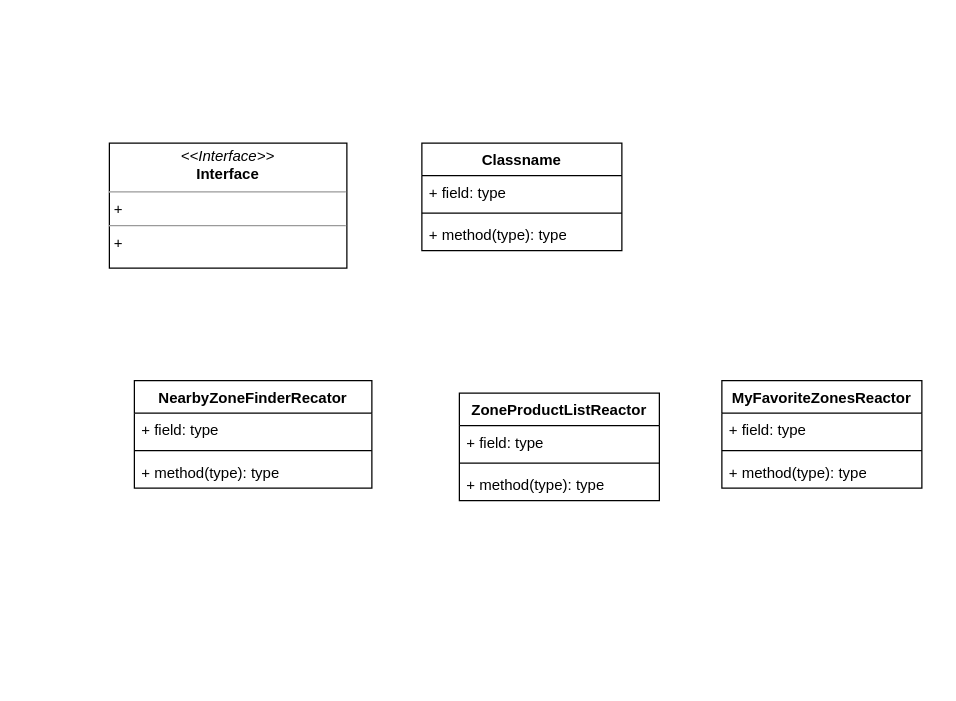
Earlier version of the draw.io diagram Cars.drawio (gookhee/diagrams). Source tidied: cells renumbered, new cells numbered last; positions are measured from the earlier drawing's top-left corner, leaving out a move shared by most shapes. Both pictures are drawn from the tidied source at 125%, with x=0, y=0 at pixel (109, 142).
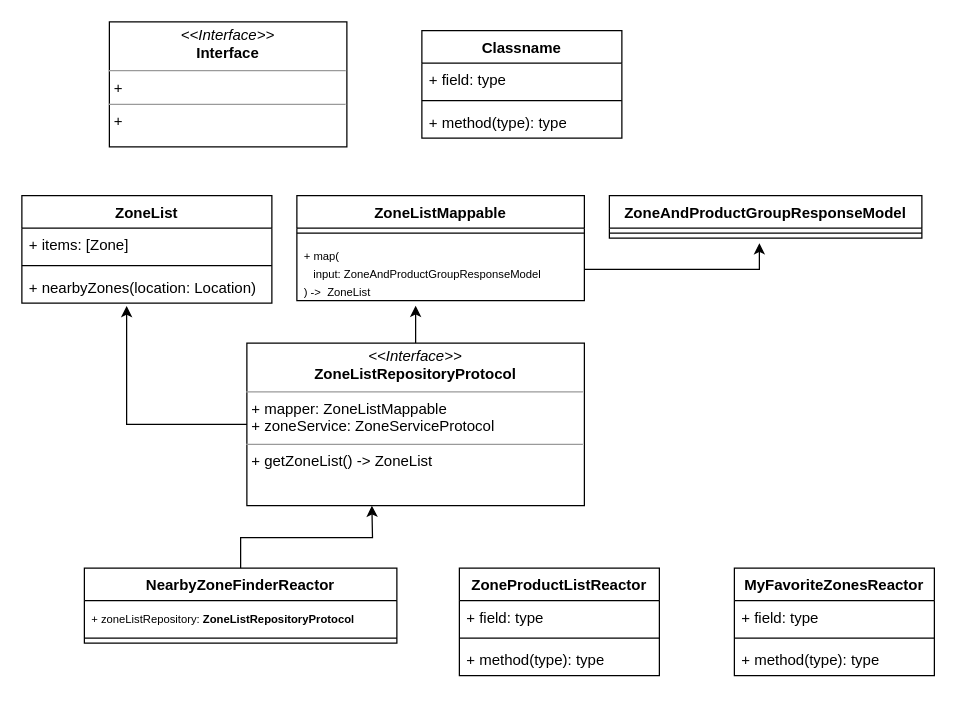
Above is the later version.

Change to the diagram source:
```diff
@@
     <mxCell id="2" value="&lt;p style=&quot;margin:0px;margin-top:4px;text-align:center;&quot;&gt;&lt;i&gt;&amp;lt;&amp;lt;Interface&amp;gt;&amp;gt;&lt;/i&gt;&lt;br&gt;&lt;b&gt;Interface&lt;/b&gt;&lt;/p&gt;&lt;hr size=&quot;1&quot;&gt;&lt;p style=&quot;margin:0px;margin-left:4px;&quot;&gt;+&amp;nbsp;&lt;br&gt;&lt;/p&gt;&lt;hr size=&quot;1&quot;&gt;&lt;p style=&quot;margin:0px;margin-left:4px;&quot;&gt;+&amp;nbsp;&lt;br&gt;&lt;/p&gt;" style="verticalAlign=top;align=left;overflow=fill;fontSize=12;fontFamily=Helvetica;html=1;whiteSpace=wrap;" parent="1" vertex="1">
-      <mxGeometry width="190" height="100" as="geometry" />
+      <mxGeometry y="-97" width="190" height="100" as="geometry" />
     </mxCell>
     <mxCell id="3" value="Classname" style="swimlane;fontStyle=1;align=center;verticalAlign=top;horizontal=1;startSize=26;whiteSpace=wrap;html=1;" parent="1" vertex="1">
-      <mxGeometry x="250" width="160" height="86" as="geometry" />
+      <mxGeometry x="250" y="-90" width="160" height="86" as="geometry" />
     </mxCell>
@@
+    <mxCell id="19" style="edgeStyle=orthogonalEdgeStyle;rounded=0;jettySize=auto;html=1;" parent="1" edge="1" source="7">
+      <mxGeometry relative="1" as="geometry">
+        <mxPoint x="210" y="290" as="targetPoint" />
+      </mxGeometry>
+    </mxCell>
-    <mxCell id="7" value="NearbyZoneFinderRecator" style="swimlane;fontStyle=1;align=center;verticalAlign=top;horizontal=1;startSize=26;whiteSpace=wrap;html=1;" parent="1" vertex="1">
-      <mxGeometry x="20" y="190" width="190" height="86" as="geometry" />
+    <mxCell id="7" value="NearbyZoneFinderReactor" style="swimlane;fontStyle=1;align=center;verticalAlign=top;horizontal=1;startSize=26;whiteSpace=wrap;html=1;" parent="1" vertex="1">
+      <mxGeometry x="-20" y="340" width="250" height="60" as="geometry" />
     </mxCell>
-    <mxCell id="8" value="+ field: type" style="text;strokeColor=none;fillColor=none;align=left;verticalAlign=top;spacingLeft=4;spacingRight=4;overflow=hidden;whiteSpace=wrap;html=1;" parent="7" vertex="1">
-      <mxGeometry y="26" width="190" height="26" as="geometry" />
+    <mxCell id="8" value="&lt;font style=&quot;font-size: 9px;&quot;&gt;+ zoneListRepository:&amp;nbsp;&lt;b style=&quot;border-color: var(--border-color); text-align: center; font-size: 9px;&quot;&gt;ZoneListRepositoryProtocol&lt;/b&gt;&lt;/font&gt;" style="text;strokeColor=none;fillColor=none;align=left;verticalAlign=top;spacingLeft=4;spacingRight=4;overflow=hidden;whiteSpace=wrap;html=1;" parent="7" vertex="1">
+      <mxGeometry y="26" width="250" height="26" as="geometry" />
     </mxCell>
     <mxCell id="9" style="line;strokeWidth=1;fillColor=none;align=left;verticalAlign=middle;spacingTop=-1;spacingLeft=3;spacingRight=3;labelPosition=right;strokeColor=inherit;" parent="7" vertex="1">
-      <mxGeometry y="52" width="190" height="8" as="geometry" />
+      <mxGeometry y="52" width="250" height="8" as="geometry" />
     </mxCell>
-    <mxCell id="10" value="+ method(type): type" style="text;strokeColor=none;fillColor=none;align=left;verticalAlign=top;spacingLeft=4;spacingRight=4;overflow=hidden;whiteSpace=wrap;html=1;" parent="7" vertex="1">
-      <mxGeometry y="60" width="190" height="26" as="geometry" />
-    </mxCell>
     <mxCell id="11" value="ZoneProductListReactor" style="swimlane;fontStyle=1;align=center;verticalAlign=top;horizontal=1;startSize=26;whiteSpace=wrap;html=1;" parent="1" vertex="1">
-      <mxGeometry x="280" y="200" width="160" height="86" as="geometry" />
+      <mxGeometry x="280" y="340" width="160" height="86" as="geometry" />
     </mxCell>
@@
     <mxCell id="15" value="MyFavoriteZonesReactor" style="swimlane;fontStyle=1;align=center;verticalAlign=top;horizontal=1;startSize=26;whiteSpace=wrap;html=1;" parent="1" vertex="1">
-      <mxGeometry x="490" y="190" width="160" height="86" as="geometry" />
+      <mxGeometry x="500" y="340" width="160" height="86" as="geometry" />
     </mxCell>
@@
+    <mxCell id="20" value="ZoneAndProductGroupResponseModel" style="swimlane;fontStyle=1;align=center;verticalAlign=top;horizontal=1;startSize=26;whiteSpace=wrap;html=1;" parent="1" vertex="1">
+      <mxGeometry x="400" y="42" width="250" height="34" as="geometry" />
+    </mxCell>
+    <mxCell id="21" style="line;strokeWidth=1;fillColor=none;align=left;verticalAlign=middle;spacingTop=-1;spacingLeft=3;spacingRight=3;labelPosition=right;strokeColor=inherit;" parent="20" vertex="1">
+      <mxGeometry y="26" width="250" height="8" as="geometry" />
+    </mxCell>
+    <mxCell id="22" style="edgeStyle=orthogonalEdgeStyle;rounded=0;jettySize=auto;html=1;" parent="1" edge="1" source="23">
+      <mxGeometry relative="1" as="geometry">
+        <mxPoint x="245" y="130" as="targetPoint" />
+      </mxGeometry>
+    </mxCell>
+    <mxCell id="23" value="&lt;p style=&quot;margin:0px;margin-top:4px;text-align:center;&quot;&gt;&lt;i&gt;&amp;lt;&amp;lt;Interface&amp;gt;&amp;gt;&lt;/i&gt;&lt;br&gt;&lt;b&gt;ZoneListRepositoryProtocol&lt;/b&gt;&lt;/p&gt;&lt;hr size=&quot;1&quot;&gt;&lt;p style=&quot;margin:0px;margin-left:4px;&quot;&gt;+ mapper: ZoneListMappable&lt;/p&gt;&lt;p style=&quot;margin:0px;margin-left:4px;&quot;&gt;+ zoneService: ZoneServiceProtocol&lt;br&gt;&lt;/p&gt;&lt;hr size=&quot;1&quot;&gt;&lt;p style=&quot;margin:0px;margin-left:4px;&quot;&gt;+ getZoneList() -&amp;gt; ZoneList&lt;br&gt;&lt;/p&gt;&lt;p style=&quot;margin:0px;margin-left:4px;&quot;&gt;&lt;br&gt;&lt;/p&gt;" style="verticalAlign=top;align=left;overflow=fill;fontSize=12;fontFamily=Helvetica;html=1;whiteSpace=wrap;" parent="1" vertex="1">
+      <mxGeometry x="110" y="160" width="270" height="130" as="geometry" />
+    </mxCell>
+    <mxCell id="24" value="ZoneList" style="swimlane;fontStyle=1;align=center;verticalAlign=top;horizontal=1;startSize=26;whiteSpace=wrap;html=1;" parent="1" vertex="1">
+      <mxGeometry x="-70" y="42" width="200" height="86" as="geometry" />
+    </mxCell>
+    <mxCell id="25" value="+ items: [Zone]" style="text;strokeColor=none;fillColor=none;align=left;verticalAlign=top;spacingLeft=4;spacingRight=4;overflow=hidden;whiteSpace=wrap;html=1;" parent="24" vertex="1">
+      <mxGeometry y="26" width="200" height="26" as="geometry" />
+    </mxCell>
+    <mxCell id="26" style="line;strokeWidth=1;fillColor=none;align=left;verticalAlign=middle;spacingTop=-1;spacingLeft=3;spacingRight=3;labelPosition=right;strokeColor=inherit;" parent="24" vertex="1">
+      <mxGeometry y="52" width="200" height="8" as="geometry" />
+    </mxCell>
+    <mxCell id="27" value="+ nearbyZones(location: Location)" style="text;strokeColor=none;fillColor=none;align=left;verticalAlign=top;spacingLeft=4;spacingRight=4;overflow=hidden;points=[[0,0.5],[1,0.5]];portConstraint=eastwest;whiteSpace=wrap;html=1;" parent="24" vertex="1">
+      <mxGeometry y="60" width="200" height="26" as="geometry" />
+    </mxCell>
+    <mxCell id="28" value="ZoneListMappable" style="swimlane;fontStyle=1;align=center;verticalAlign=top;horizontal=1;startSize=26;whiteSpace=wrap;html=1;" parent="1" vertex="1">
+      <mxGeometry x="150" y="42" width="230" height="84" as="geometry" />
+    </mxCell>
+    <mxCell id="29" style="line;strokeWidth=1;fillColor=none;align=left;verticalAlign=middle;spacingTop=-1;spacingLeft=3;spacingRight=3;labelPosition=right;strokeColor=inherit;" parent="28" vertex="1">
+      <mxGeometry y="26" width="230" height="8" as="geometry" />
+    </mxCell>
+    <mxCell id="30" style="edgeStyle=orthogonalEdgeStyle;rounded=0;jettySize=auto;html=1;" parent="28" edge="1" source="31">
+      <mxGeometry relative="1" as="geometry">
+        <mxPoint x="370" y="38" as="targetPoint" />
+        <Array as="points">
+          <mxPoint x="370" y="59" />
+        </Array>
+      </mxGeometry>
+    </mxCell>
+    <mxCell id="31" value="&lt;font style=&quot;font-size: 9px;&quot;&gt;+ map(&lt;br&gt;&amp;nbsp; &amp;nbsp;input:&amp;nbsp;&lt;font style=&quot;font-size: 9px;&quot;&gt;ZoneAndProductGroupResponseModel&lt;/font&gt;&lt;br style=&quot;font-size: 9px;&quot;&gt;) -&amp;gt;&amp;nbsp; ZoneList&lt;/font&gt;" style="text;strokeColor=none;fillColor=none;align=left;verticalAlign=top;spacingLeft=4;spacingRight=4;overflow=hidden;points=[[0,0.5],[1,0.5]];portConstraint=eastwest;whiteSpace=wrap;html=1;" parent="28" vertex="1">
+      <mxGeometry y="34" width="230" height="50" as="geometry" />
+    </mxCell>
+    <mxCell id="32" style="edgeStyle=orthogonalEdgeStyle;rounded=0;jettySize=auto;html=1;entryX=0.419;entryY=1.088;entryDx=0;entryDy=0;entryPerimeter=0;exitX=0;exitY=0.5;exitDx=0;exitDy=0;" parent="1" edge="1" source="23" target="27">
+      <mxGeometry relative="1" as="geometry">
+        <Array as="points">
+          <mxPoint x="14" y="225" />
+        </Array>
+      </mxGeometry>
+    </mxCell>
```
